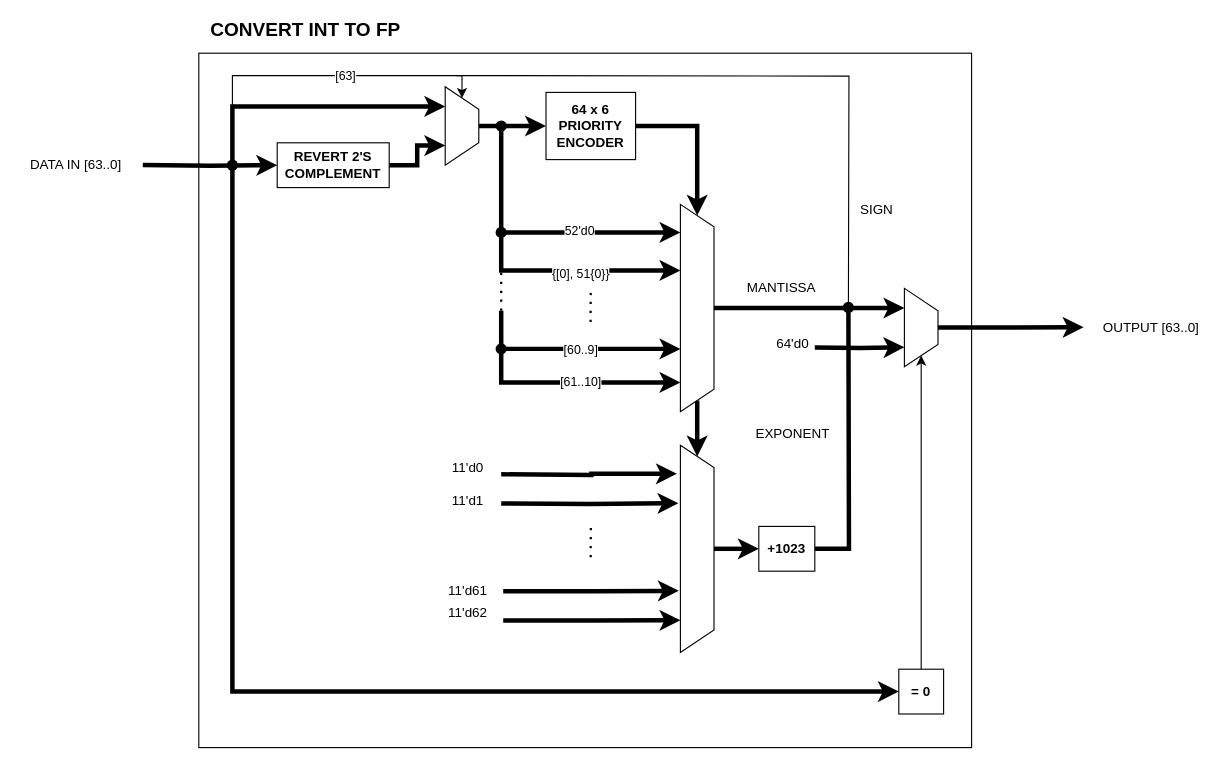
Before: page "Convert Int To FP" (14 of 19) of Diagrams/RV64IF.drawio in hohaicongthuan/Project-2, a draw.io diagram. Source tidied: cells renumbered, new cells numbered last; positions are measured from the earlier drawing's top-left corner, leaving out a move shared by most shapes. Both pictures are drawn from the tidied source at 112%, with x=0, y=0 at pixel (19, 19).
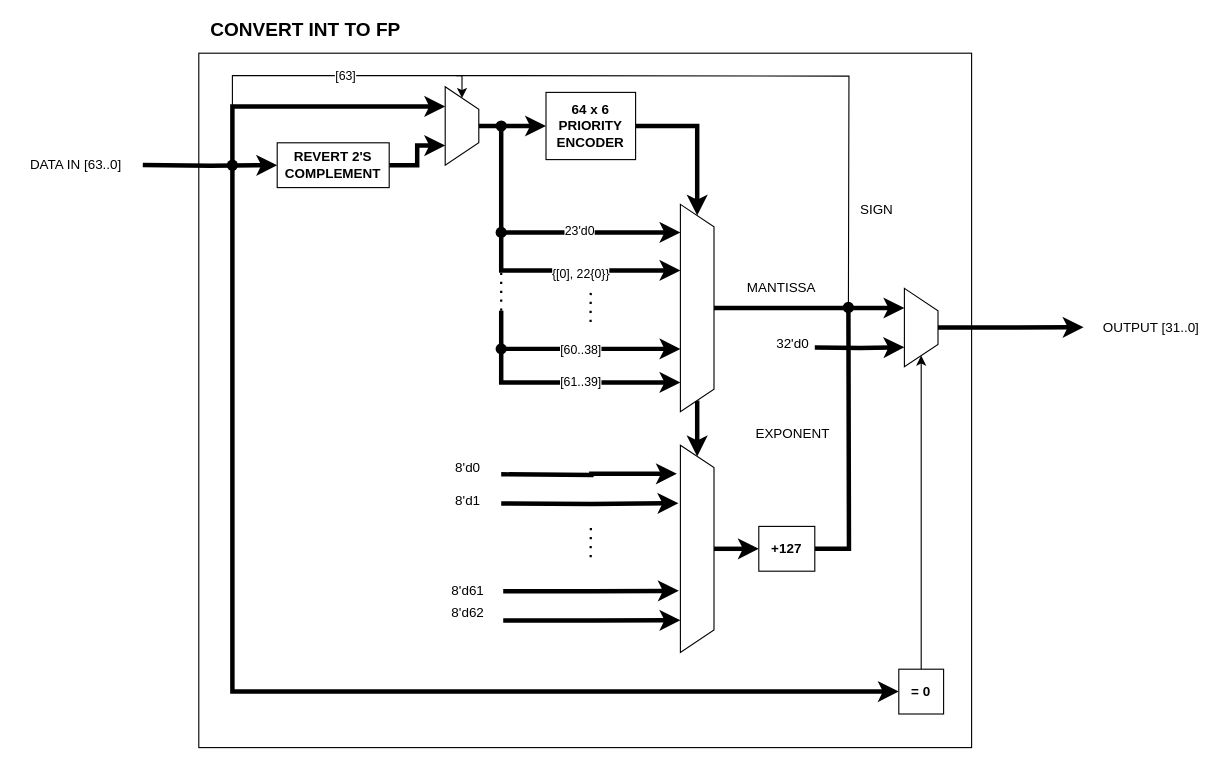
The same diagram, later.

The change refers to these unchanged cells:
```xml
<mxCell id="14" style="endArrow=classic;html=1;rounded=0;strokeWidth=4;edgeStyle=orthogonalEdgeStyle;" parent="1" edge="1">
  <mxGeometry relative="1" as="geometry">
    <mxPoint x="430" y="96" as="sourcePoint" />
    <mxPoint x="590" y="190" as="targetPoint" />
    <Array as="points">
      <mxPoint x="430" y="190" />
    </Array>
  </mxGeometry>
</mxCell>
<mxCell id="16" style="endArrow=classic;html=1;rounded=0;strokeWidth=4;edgeStyle=orthogonalEdgeStyle;" parent="1" edge="1">
  <mxGeometry relative="1" as="geometry">
    <mxPoint x="430" y="190" as="sourcePoint" />
    <mxPoint x="590" y="224" as="targetPoint" />
    <Array as="points">
      <mxPoint x="430" y="224" />
    </Array>
  </mxGeometry>
</mxCell>
<mxCell id="18" style="endArrow=classic;html=1;rounded=0;strokeWidth=4;edgeStyle=orthogonalEdgeStyle;" parent="1" edge="1">
  <mxGeometry relative="1" as="geometry">
    <mxPoint x="430" y="260" as="sourcePoint" />
    <mxPoint x="590" y="294" as="targetPoint" />
    <Array as="points">
      <mxPoint x="430" y="294" />
    </Array>
  </mxGeometry>
</mxCell>
<mxCell id="20" style="endArrow=classic;html=1;rounded=0;strokeWidth=4;edgeStyle=orthogonalEdgeStyle;" parent="1" edge="1">
  <mxGeometry relative="1" as="geometry">
    <mxPoint x="430" y="290" as="sourcePoint" />
    <mxPoint x="590" y="324" as="targetPoint" />
    <Array as="points">
      <mxPoint x="430" y="324" />
    </Array>
  </mxGeometry>
</mxCell>
```

What changed in the source:
```diff
@@
-    <mxCell id="15" value="52'd0" style="edgeLabel;html=1;align=center;verticalAlign=middle;" parent="14" vertex="1">
+    <mxCell id="15" value="23'd0" style="edgeLabel;html=1;align=center;verticalAlign=middle;" parent="14" vertex="1">
       <mxGeometry x="0.24" y="3" relative="1" as="geometry">
         <mxPoint x="6" y="1" as="offset" />
       </mxGeometry>
     </mxCell>
@@
-    <mxCell id="17" value="{[0], 51{0}}" style="edgeLabel;html=1;align=center;verticalAlign=middle;" parent="16" vertex="1">
+    <mxCell id="17" value="{[0], 22{0}}" style="edgeLabel;html=1;align=center;verticalAlign=middle;" parent="16" vertex="1">
       <mxGeometry x="0.01" y="-2" relative="1" as="geometry">
         <mxPoint x="6" as="offset" />
       </mxGeometry>
     </mxCell>
@@
-    <mxCell id="19" value="[60..9]" style="edgeLabel;html=1;align=center;verticalAlign=middle;" parent="18" vertex="1">
+    <mxCell id="19" value="[60..38]" style="edgeLabel;html=1;align=center;verticalAlign=middle;" parent="18" vertex="1">
       <mxGeometry x="-0.02" relative="1" as="geometry">
         <mxPoint x="9" as="offset" />
       </mxGeometry>
     </mxCell>
@@
-    <mxCell id="21" value="[61..10]" style="edgeLabel;html=1;align=center;verticalAlign=middle;" parent="20" vertex="1">
+    <mxCell id="21" value="[61..39]" style="edgeLabel;html=1;align=center;verticalAlign=middle;" parent="20" vertex="1">
       <mxGeometry x="-0.05" y="1" relative="1" as="geometry">
         <mxPoint x="12" as="offset" />
       </mxGeometry>
     </mxCell>
@@
-    <mxCell id="33" value="11'd0" style="text;html=1;align=center;verticalAlign=middle;strokeColor=none;fillColor=none;" parent="1" vertex="1">
+    <mxCell id="33" value="8'd0" style="text;html=1;align=center;verticalAlign=middle;strokeColor=none;fillColor=none;" parent="1" vertex="1">
       <mxGeometry x="380" y="390" width="40" height="20" as="geometry" />
     </mxCell>
-    <mxCell id="34" value="11'd1" style="text;html=1;align=center;verticalAlign=middle;strokeColor=none;fillColor=none;" parent="1" vertex="1">
+    <mxCell id="34" value="8'd1" style="text;html=1;align=center;verticalAlign=middle;strokeColor=none;fillColor=none;" parent="1" vertex="1">
       <mxGeometry x="380" y="420" width="40" height="20" as="geometry" />
     </mxCell>
-    <mxCell id="35" value="11'd61" style="text;html=1;align=center;verticalAlign=middle;strokeColor=none;fillColor=none;" parent="1" vertex="1">
-      <mxGeometry x="375" y="500" width="50" height="20" as="geometry" />
+    <mxCell id="35" value="8'd61" style="text;html=1;align=center;verticalAlign=middle;strokeColor=none;fillColor=none;" parent="1" vertex="1">
+      <mxGeometry x="380" y="500" width="40" height="20" as="geometry" />
     </mxCell>
-    <mxCell id="36" value="11'd62" style="text;html=1;align=center;verticalAlign=middle;strokeColor=none;fillColor=none;" parent="1" vertex="1">
-      <mxGeometry x="375" y="520" width="50" height="20" as="geometry" />
+    <mxCell id="36" value="8'd62" style="text;html=1;align=center;verticalAlign=middle;strokeColor=none;fillColor=none;" parent="1" vertex="1">
+      <mxGeometry x="380" y="520" width="40" height="20" as="geometry" />
     </mxCell>
@@
-    <mxCell id="39" value="&lt;b&gt;+1023&lt;/b&gt;" style="rounded=0;whiteSpace=wrap;html=1;" parent="1" vertex="1">
+    <mxCell id="39" value="&lt;b&gt;+127&lt;/b&gt;" style="rounded=0;whiteSpace=wrap;html=1;" parent="1" vertex="1">
       <mxGeometry x="660" y="452.5" width="50" height="40" as="geometry" />
     </mxCell>
@@
-    <mxCell id="47" value="64'd0" style="text;html=1;align=center;verticalAlign=middle;strokeColor=none;fillColor=none;" parent="1" vertex="1">
+    <mxCell id="47" value="32'd0" style="text;html=1;align=center;verticalAlign=middle;strokeColor=none;fillColor=none;" parent="1" vertex="1">
       <mxGeometry x="670" y="280" width="40" height="20" as="geometry" />
     </mxCell>
-    <mxCell id="48" value="OUTPUT [63..0]" style="text;html=1;align=center;verticalAlign=middle;strokeColor=none;fillColor=none;" parent="1" vertex="1">
+    <mxCell id="48" value="OUTPUT [31..0]" style="text;html=1;align=center;verticalAlign=middle;strokeColor=none;fillColor=none;" parent="1" vertex="1">
       <mxGeometry x="960" y="265" width="100" height="20" as="geometry" />
     </mxCell>
```
